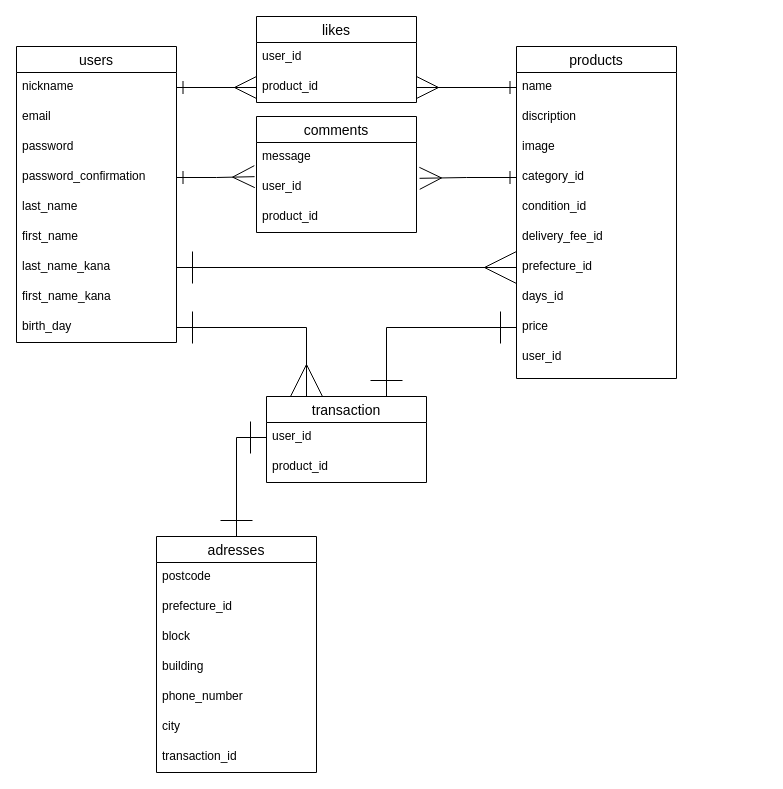
tatsuhiko-ooya/furima-33822 keeps this draw.io diagram as er.dio. Above is the earlier version. Source tidied: cells renumbered, new cells numbered last; positions are measured from the earlier drawing's top-left corner, leaving out a move shared by most shapes. Both pictures are drawn from the tidied source at 100%, with x=0, y=0 at pixel (16, 16).
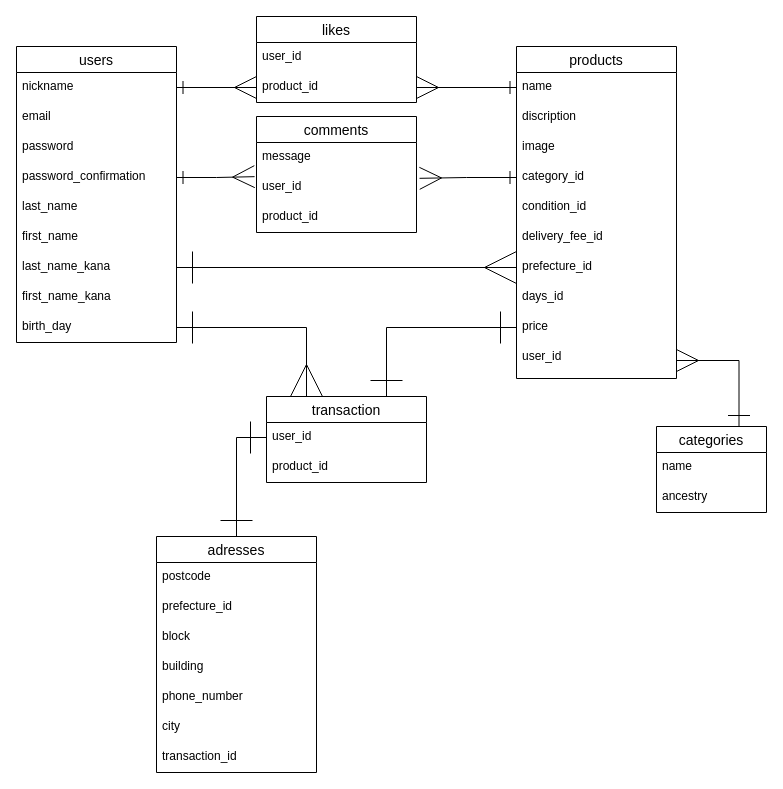
The same page after the edit.

Unchanged cells that the change refers to:
```xml
<mxCell id="15" value="user_id" style="text;strokeColor=none;fillColor=none;spacingLeft=4;spacingRight=4;overflow=hidden;points=[[0,0.5],[1,0.5]];portConstraint=eastwest;fontSize=12;" parent="5" vertex="1">
  <mxGeometry y="296" width="160" height="36" as="geometry" />
</mxCell>
```

The edit, as a diff of the source:
```diff
@@
+    <mxCell id="49" value="categories" style="swimlane;fontStyle=0;horizontal=1;startSize=26;align=center;fontSize=14;" parent="1" vertex="1">
+      <mxGeometry x="640" y="410" width="110" height="86" as="geometry" />
+    </mxCell>
+    <mxCell id="50" value="name" style="text;strokeColor=none;fillColor=none;spacingLeft=4;spacingRight=4;overflow=hidden;fontSize=12;" parent="49" vertex="1">
+      <mxGeometry y="26" width="110" height="30" as="geometry" />
+    </mxCell>
+    <mxCell id="51" value="ancestry" style="text;strokeColor=none;fillColor=none;spacingLeft=4;spacingRight=4;overflow=hidden;fontSize=12;" parent="49" vertex="1">
+      <mxGeometry y="56" width="110" height="30" as="geometry" />
+    </mxCell>
+    <mxCell id="52" style="edgeStyle=orthogonalEdgeStyle;rounded=0;jettySize=auto;html=1;exitX=1;exitY=0.5;exitDx=0;exitDy=0;entryX=0.75;entryY=0;entryDx=0;entryDy=0;endArrow=ERone;endFill=0;startArrow=ERmany;startFill=0;endSize=20;startSize=20;" parent="1" edge="1" source="15" target="49">
+      <mxGeometry relative="1" as="geometry" />
+    </mxCell>
```
